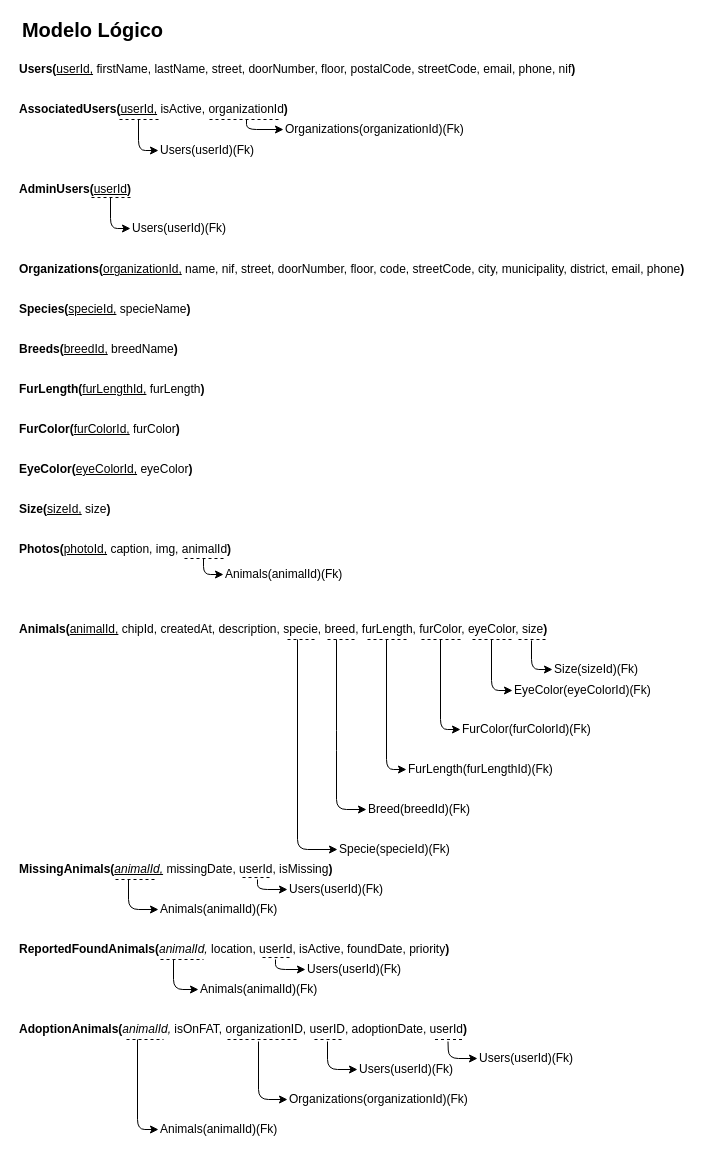
Earlier version of the draw.io diagram Docs/Modelo Logico.drawio (Projecto-Final-de-Curso-TeSP-PSI/pet-adoption). Source tidied: cells renumbered, new cells numbered last; positions are measured from the earlier drawing's top-left corner, leaving out a move shared by most shapes. Both pictures are drawn from the tidied source at 100%, with x=0, y=0 at pixel (17, 19).
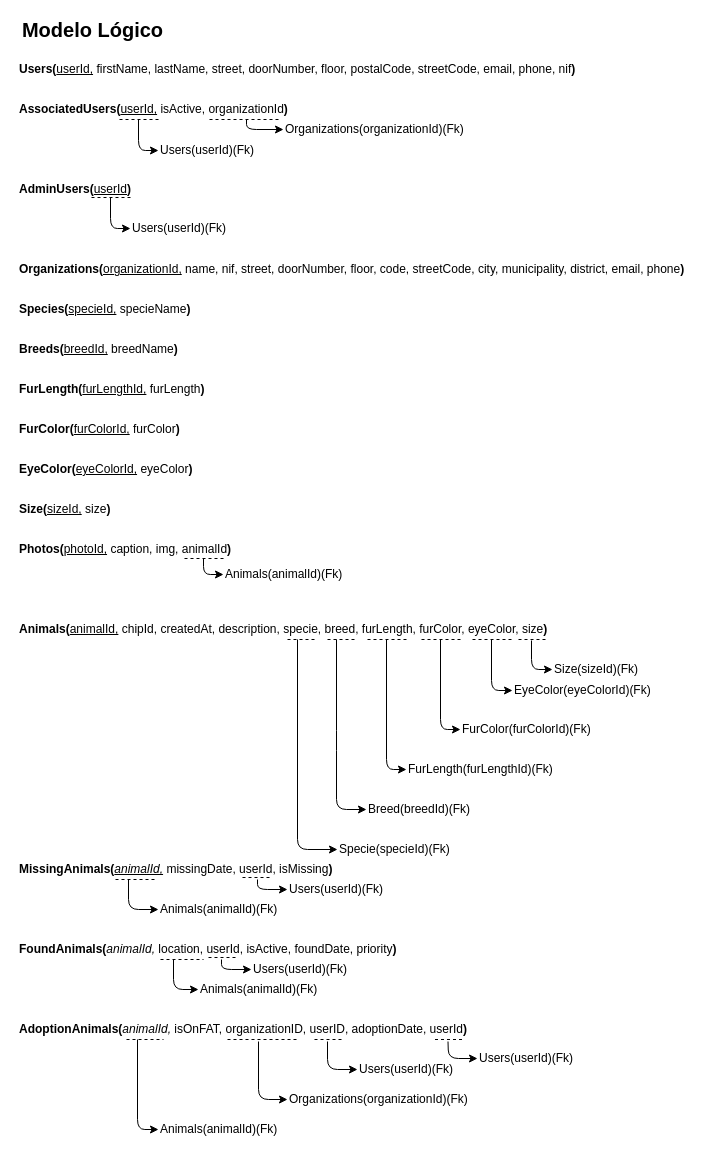
After the change.

Unchanged cells that the change refers to:
```xml
<mxCell id="6" style="group;" parent="1" vertex="1">
  <mxGeometry y="920" width="181" height="49" as="geometry" />
</mxCell>
```

Change to the diagram source:
```diff
@@
-    <mxCell id="7" value="&lt;b&gt;ReportedFoundAnimals(&lt;/b&gt;&lt;i&gt;animalId,&lt;/i&gt;&amp;nbsp;location, userId, isActive, foundDate, priority&lt;b&gt;)&lt;/b&gt;" style="text;html=1;strokeColor=none;fillColor=none;align=left;verticalAlign=middle;rounded=0;" parent="6" vertex="1">
+    <mxCell id="7" value="&lt;b&gt;FoundAnimals(&lt;/b&gt;&lt;i&gt;animalId,&lt;/i&gt;&amp;nbsp;location, userId, isActive, foundDate, priority&lt;b&gt;)&lt;/b&gt;" style="text;html=1;strokeColor=none;fillColor=none;align=left;verticalAlign=middle;rounded=0;" parent="6" vertex="1">
       <mxGeometry width="40" height="20" as="geometry" />
     </mxCell>
@@
     <mxCell id="19" style="endArrow=none;dashed=1;html=1;strokeWidth=1;" parent="1" edge="1">
       <mxGeometry relative="1" as="geometry">
-        <mxPoint x="245" y="938" as="sourcePoint" />
-        <mxPoint x="275" y="938" as="targetPoint" />
+        <mxPoint x="191" y="938" as="sourcePoint" />
+        <mxPoint x="221" y="938" as="targetPoint" />
       </mxGeometry>
     </mxCell>
     <mxCell id="20" style="endArrow=classic;html=1;strokeWidth=1;entryX=0;entryY=0.5;entryDx=0;entryDy=0;" parent="1" edge="1" target="21">
       <mxGeometry relative="1" as="geometry">
-        <mxPoint x="258" y="940" as="sourcePoint" />
+        <mxPoint x="204" y="940" as="sourcePoint" />
         <Array as="points">
-          <mxPoint x="258" y="950" />
+          <mxPoint x="204" y="950" />
         </Array>
       </mxGeometry>
     </mxCell>
     <mxCell id="21" value="Users(userId)(Fk)" style="text;html=1;strokeColor=none;fillColor=none;align=left;verticalAlign=middle;rounded=0;" parent="1" vertex="1">
-      <mxGeometry x="288" y="940" width="40" height="20" as="geometry" />
+      <mxGeometry x="234" y="940" width="40" height="20" as="geometry" />
     </mxCell>
```
